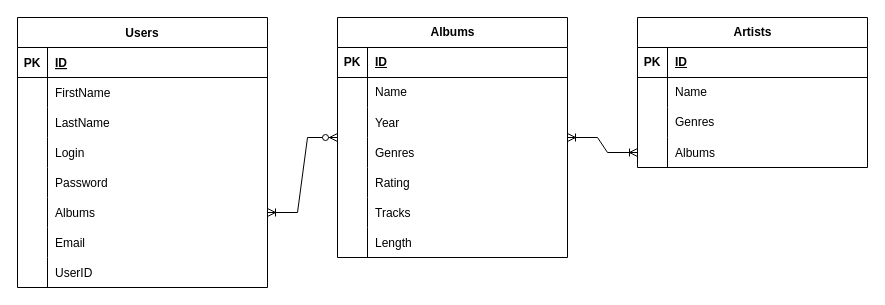
Before: TurntableERD.drawio in kilkennylj/Turntable, a draw.io diagram. Source tidied: cells renumbered, new cells numbered last; positions are measured from the earlier drawing's top-left corner, leaving out a move shared by most shapes. Both pictures are drawn from the tidied source at 100%, with x=0, y=0 at pixel (17, 17).
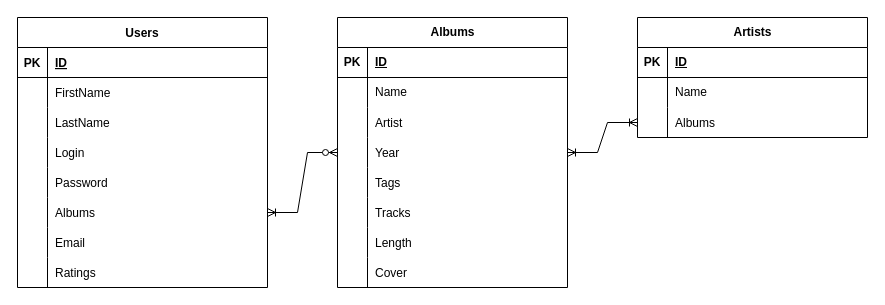
The same page after the edit.

Unchanged cells that the change refers to:
```xml
<mxCell id="24" style="shape=tableRow;horizontal=0;startSize=0;swimlaneHead=0;swimlaneBody=0;fillColor=none;top=0;left=0;right=0;bottom=0;" parent="2" vertex="1">
  <mxGeometry y="240" width="250" height="30" as="geometry" />
</mxCell>
```

The edit, as a diff of the source:
```diff
@@
-    <mxCell id="26" value="UserID" style="shape=partialRectangle;fillColor=none;top=0;left=0;bottom=0;right=0;align=left;spacingLeft=6;overflow=hidden;" parent="24" vertex="1">
+    <mxCell id="26" value="Ratings" style="shape=partialRectangle;fillColor=none;top=0;left=0;bottom=0;right=0;align=left;spacingLeft=6;overflow=hidden;" parent="24" vertex="1">
       <mxGeometry x="30" width="220" height="30" as="geometry" />
     </mxCell>
     <mxCell id="27" value="Albums" style="shape=table;startSize=30;childLayout=tableLayout;rowLines=0;fontStyle=1;align=center;html=1;" parent="1" vertex="1">
-      <mxGeometry x="320" width="230" height="240" as="geometry" />
+      <mxGeometry x="320" width="230" height="270" as="geometry" />
     </mxCell>
@@
+    <mxCell id="56" style="shape=tableRow;horizontal=0;startSize=0;swimlaneHead=0;swimlaneBody=0;fillColor=none;top=0;left=0;right=0;bottom=0;" parent="27" vertex="1">
+      <mxGeometry y="90" width="230" height="30" as="geometry" />
+    </mxCell>
+    <mxCell id="64" style="shape=partialRectangle;fillColor=none;top=0;left=0;bottom=0;right=0;overflow=hidden;" parent="56" vertex="1">
+      <mxGeometry width="30" height="30" as="geometry" />
+    </mxCell>
+    <mxCell id="65" value="Artist" style="shape=partialRectangle;fillColor=none;top=0;left=0;bottom=0;right=0;align=left;spacingLeft=6;overflow=hidden;" parent="56" vertex="1">
+      <mxGeometry x="30" width="200" height="30" as="geometry" />
+    </mxCell>
     <mxCell id="34" style="shape=tableRow;horizontal=0;startSize=0;swimlaneHead=0;swimlaneBody=0;fillColor=none;top=0;left=0;right=0;bottom=0;" parent="27" vertex="1">
-      <mxGeometry y="90" width="230" height="30" as="geometry" />
+      <mxGeometry y="120" width="230" height="30" as="geometry" />
     </mxCell>
@@
     <mxCell id="37" style="shape=tableRow;horizontal=0;startSize=0;swimlaneHead=0;swimlaneBody=0;fillColor=none;top=0;left=0;right=0;bottom=0;" parent="27" vertex="1">
-      <mxGeometry y="120" width="230" height="30" as="geometry" />
+      <mxGeometry y="150" width="230" height="30" as="geometry" />
     </mxCell>
@@
-    <mxCell id="39" value="Genres" style="shape=partialRectangle;fillColor=none;top=0;left=0;bottom=0;right=0;align=left;spacingLeft=6;overflow=hidden;" parent="37" vertex="1">
+    <mxCell id="39" value="Tags" style="shape=partialRectangle;fillColor=none;top=0;left=0;bottom=0;right=0;align=left;spacingLeft=6;overflow=hidden;" parent="37" vertex="1">
       <mxGeometry x="30" width="200" height="30" as="geometry" />
     </mxCell>
-    <mxCell id="40" style="shape=tableRow;horizontal=0;startSize=0;swimlaneHead=0;swimlaneBody=0;fillColor=none;top=0;left=0;right=0;bottom=0;" parent="27" vertex="1">
-      <mxGeometry y="150" width="230" height="30" as="geometry" />
-    </mxCell>
-    <mxCell id="41" style="shape=partialRectangle;fillColor=none;top=0;left=0;bottom=0;right=0;overflow=hidden;" parent="40" vertex="1">
-      <mxGeometry width="30" height="30" as="geometry" />
-    </mxCell>
-    <mxCell id="42" value="Rating" style="shape=partialRectangle;fillColor=none;top=0;left=0;bottom=0;right=0;align=left;spacingLeft=6;overflow=hidden;" parent="40" vertex="1">
-      <mxGeometry x="30" width="200" height="30" as="geometry" />
-    </mxCell>
@@
+    <mxCell id="66" style="shape=tableRow;horizontal=0;startSize=0;swimlaneHead=0;swimlaneBody=0;fillColor=none;top=0;left=0;right=0;bottom=0;" parent="27" vertex="1">
+      <mxGeometry y="240" width="230" height="30" as="geometry" />
+    </mxCell>
+    <mxCell id="67" style="shape=partialRectangle;fillColor=none;top=0;left=0;bottom=0;right=0;overflow=hidden;" parent="66" vertex="1">
+      <mxGeometry width="30" height="30" as="geometry" />
+    </mxCell>
+    <mxCell id="68" value="Cover" style="shape=partialRectangle;fillColor=none;top=0;left=0;bottom=0;right=0;align=left;spacingLeft=6;overflow=hidden;" parent="66" vertex="1">
+      <mxGeometry x="30" width="200" height="30" as="geometry" />
+    </mxCell>
     <mxCell id="49" value="Artists" style="shape=table;startSize=30;childLayout=tableLayout;rowLines=0;fontStyle=1;align=center;html=1;" parent="1" vertex="1">
-      <mxGeometry x="620" width="230" height="150" as="geometry" />
+      <mxGeometry x="620" width="230" height="120" as="geometry" />
     </mxCell>
@@
-    <mxCell id="56" style="shape=tableRow;horizontal=0;startSize=0;swimlaneHead=0;swimlaneBody=0;fillColor=none;top=0;left=0;right=0;bottom=0;" parent="49" vertex="1">
-      <mxGeometry y="90" width="230" height="30" as="geometry" />
-    </mxCell>
-    <mxCell id="57" style="shape=partialRectangle;fillColor=none;top=0;left=0;bottom=0;right=0;overflow=hidden;whiteSpace=wrap;html=1;" parent="56" vertex="1">
-      <mxGeometry width="30" height="30" as="geometry" />
-    </mxCell>
-    <mxCell id="58" value="Genres" style="shape=partialRectangle;fillColor=none;top=0;left=0;bottom=0;right=0;align=left;spacingLeft=6;overflow=hidden;whiteSpace=wrap;html=1;" parent="56" vertex="1">
-      <mxGeometry x="30" width="200" height="30" as="geometry" />
-    </mxCell>
     <mxCell id="59" style="shape=tableRow;horizontal=0;startSize=0;swimlaneHead=0;swimlaneBody=0;fillColor=none;points=[[0,0.5],[1,0.5]];portConstraint=eastwest;top=0;left=0;right=0;bottom=0;" parent="49" vertex="1">
-      <mxGeometry y="120" width="230" height="30" as="geometry" />
+      <mxGeometry y="90" width="230" height="30" as="geometry" />
     </mxCell>
```
